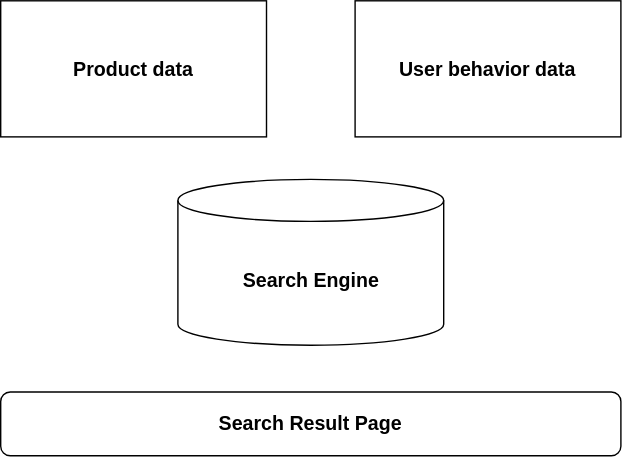
This is data_product_insert.drawio.svg from data-and-cloud/draw-io, a draw.io export, as it was before one commit. Source tidied: cells renumbered, new cells last; positions are measured from the earlier drawing's top-left corner, leaving out a move shared by most shapes.
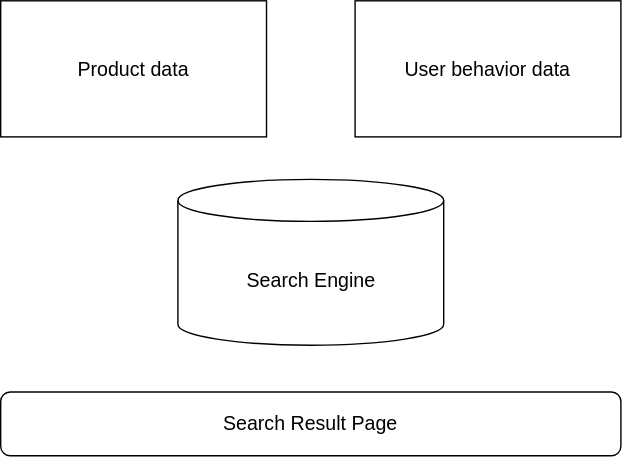
Later version of the same file.

Change to the diagram source:
```diff
@@ -5,16 +5,16 @@
     <mxCell id="2" style="group;fontStyle=1;" parent="1" vertex="1">
       <mxGeometry width="443" height="325" as="geometry" />
     </mxCell>
-    <mxCell id="3" value="Product data" style="rounded=0;whiteSpace=wrap;html=1;fontStyle=1;fontSize=14;" parent="2" vertex="1">
+    <mxCell id="3" value="Product data" style="rounded=0;whiteSpace=wrap;html=1;fontStyle=0;fontSize=14;" parent="2" vertex="1">
       <mxGeometry width="189.9" height="97.2" as="geometry" />
     </mxCell>
-    <mxCell id="4" value="User behavior data" style="rounded=0;whiteSpace=wrap;html=1;fontStyle=1;fontSize=14;" parent="2" vertex="1">
+    <mxCell id="4" value="User behavior data" style="rounded=0;whiteSpace=wrap;html=1;fontStyle=0;fontSize=14;" parent="2" vertex="1">
       <mxGeometry x="253.1" width="189.9" height="97.2" as="geometry" />
     </mxCell>
-    <mxCell id="5" value="Search Engine" style="shape=cylinder3;whiteSpace=wrap;html=1;boundedLbl=1;backgroundOutline=1;size=15;fontStyle=1;fontSize=14;" parent="2" vertex="1">
+    <mxCell id="5" value="Search Engine" style="shape=cylinder3;whiteSpace=wrap;html=1;boundedLbl=1;backgroundOutline=1;size=15;fontStyle=0;fontSize=14;" parent="2" vertex="1">
       <mxGeometry x="126.6" y="127.6" width="189.9" height="118.5" as="geometry" />
     </mxCell>
-    <mxCell id="6" value="Search Result Page" style="rounded=1;whiteSpace=wrap;html=1;fontStyle=1;fontSize=14;" parent="2" vertex="1">
+    <mxCell id="6" value="Search Result Page" style="rounded=1;whiteSpace=wrap;html=1;fontStyle=0;fontSize=14;" parent="2" vertex="1">
       <mxGeometry y="279.4" width="443" height="45.6" as="geometry" />
     </mxCell>
   </root>
```
